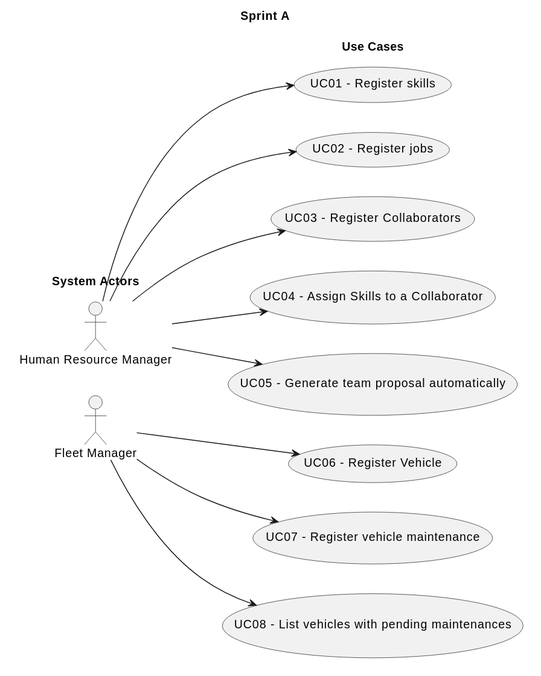
Earlier version of the PlantUML export docs/sprintB/global-artifacts/01.requirements-engineering/svg/use-case-diagram.svg (Paulo-Pereira-at-ISEP/lei-24-s2-1nanb-g321).
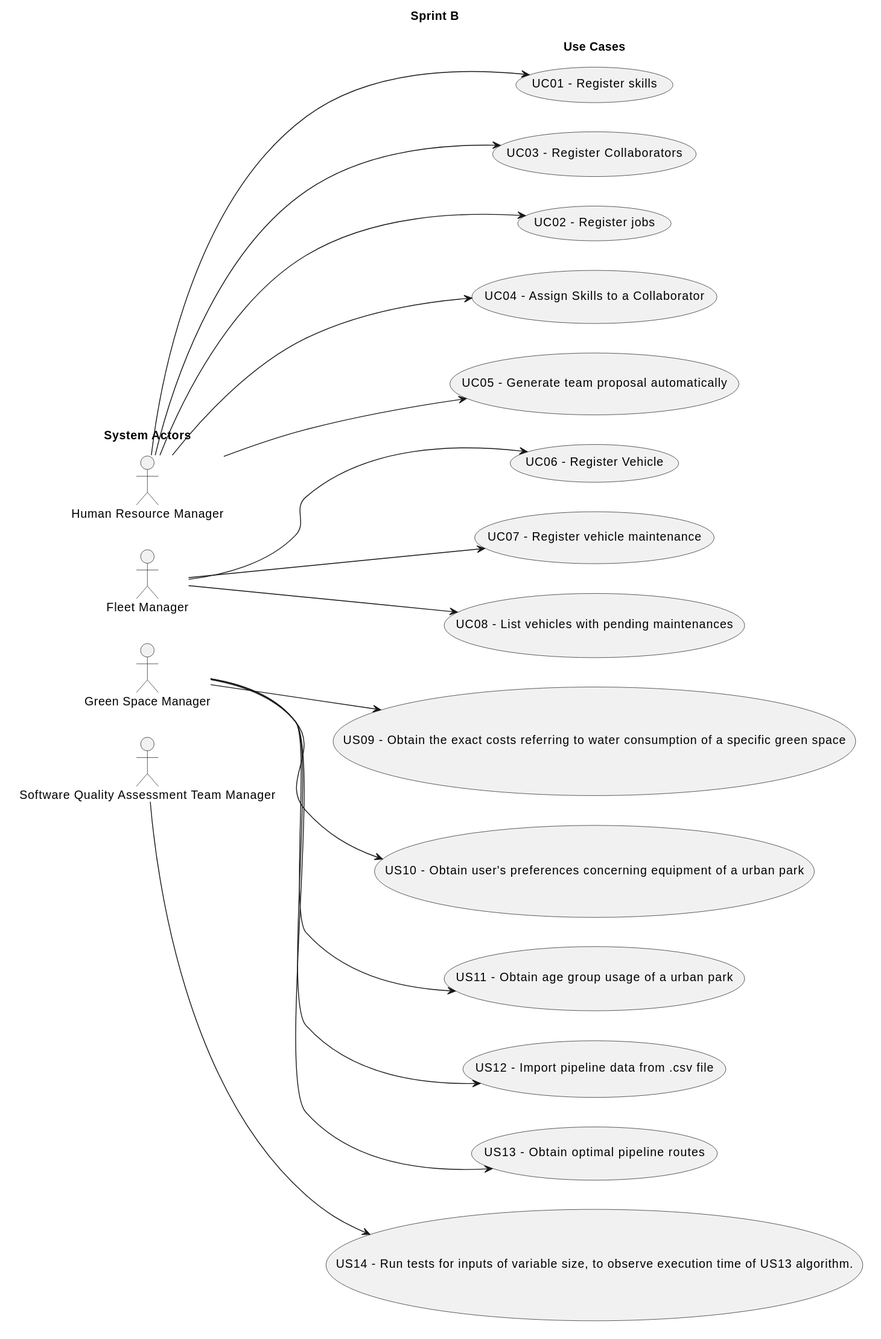
The same file after the commit.

Commit message:
LGGPM-104 - Updated use case diagram with the new sprint's user stories

The edit, as a diff of the source:
```diff
@@ -6,11 +6,13 @@
 
 }
 
-title Sprint A
+title Sprint B
 
 left to right direction
 
 rectangle "System Actors" as actors {
+    actor "Software Quality Assessment Team Manager" as QAM
+    actor "Green Space Manager" as GSM
     actor "Fleet Manager" as FM
     actor "Human Resource Manager" as HRM
 
@@ -20,14 +22,22 @@
 
 
 rectangle "Use Cases" as usecases{
+
+    usecase "US14 - Run tests for inputs of variable size, to observe execution time of US13 algorithm." as UC14
+    usecase "US13 - Obtain optimal pipeline routes" as UC13
+    usecase "US12 - Import pipeline data from .csv file" as UC12
+    usecase "US11 - Obtain age group usage of a urban park" as UC11
+    usecase "US10 - Obtain user's preferences concerning equipment of a urban park" as UC10
+    usecase "US09 - Obtain the exact costs referring to water consumption of a specific green space" as UC09
     usecase "UC08 - List vehicles with pending maintenances" as UC08
     usecase "UC07 - Register vehicle maintenance" as UC07
     usecase "UC06 - Register Vehicle" as UC06
     usecase "UC05 - Generate team proposal automatically" as UC05
     usecase "UC04 - Assign Skills to a Collaborator" as UC04
+    usecase "UC02 - Register jobs" as UC02
     usecase "UC03 - Register Collaborators" as UC03
-    usecase "UC02 - Register jobs" as UC02
     usecase "UC01 - Register skills" as UC01
+
 
     HRM --> UC01
     HRM --> UC02
@@ -37,6 +47,12 @@
     FM --> UC06
     FM --> UC07
     FM --> UC08
+    GSM --> UC09
+    GSM --> UC10
+    GSM --> UC11
+    GSM --> UC12
+    GSM --> UC13
+    QAM --> UC14
 }
 
 
```
